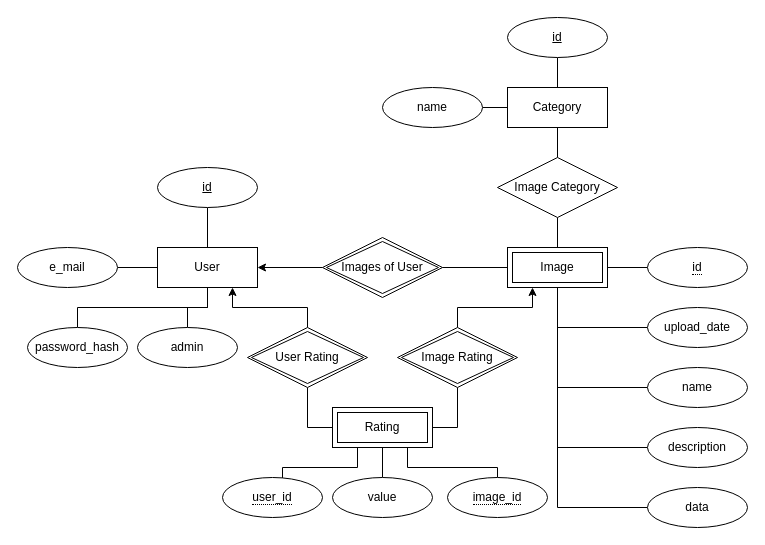
Above: assets/backend_er.drawio in BmePictureTeam/documents (draw.io), before the change. Source tidied: cells renumbered, new cells numbered last; positions are measured from the earlier drawing's top-left corner, leaving out a move shared by most shapes. Both pictures are drawn from the tidied source at 100%, with x=0, y=0 at pixel (17, 17).
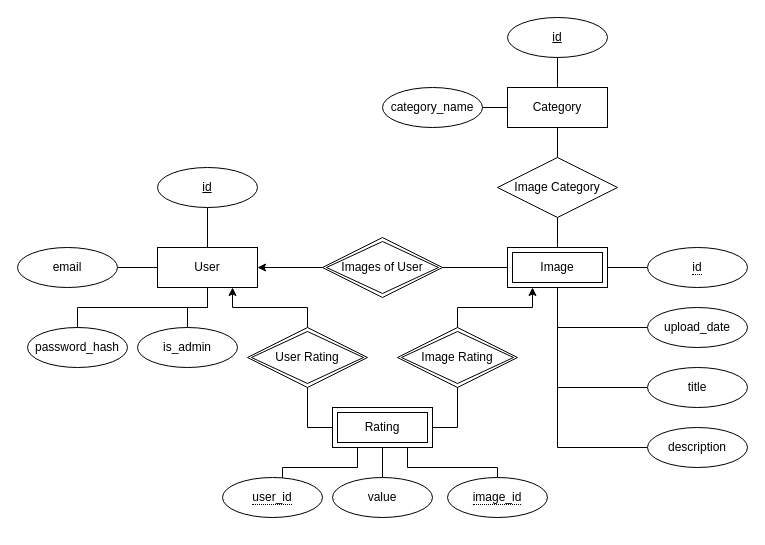
After the change.

The change refers to these unchanged cells:
```xml
<mxCell id="15" value="Image" style="shape=ext;margin=3;double=1;whiteSpace=wrap;html=1;align=center;" parent="1" vertex="1">
  <mxGeometry x="490" y="230" width="100" height="40" as="geometry" />
</mxCell>
```

What changed in the source:
```diff
@@
-    <mxCell id="6" value="&lt;div&gt;e_mail&lt;/div&gt;" style="ellipse;whiteSpace=wrap;html=1;align=center;" parent="1" vertex="1">
+    <mxCell id="6" value="&lt;div&gt;email&lt;/div&gt;" style="ellipse;whiteSpace=wrap;html=1;align=center;" parent="1" vertex="1">
       <mxGeometry y="230" width="100" height="40" as="geometry" />
     </mxCell>
@@
-    <mxCell id="24" value="name" style="ellipse;whiteSpace=wrap;html=1;align=center;" parent="1" vertex="1">
+    <mxCell id="24" value="category_name" style="ellipse;whiteSpace=wrap;html=1;align=center;" parent="1" vertex="1">
       <mxGeometry x="365" y="70" width="100" height="40" as="geometry" />
     </mxCell>
@@
-    <mxCell id="26" value="&lt;div&gt;admin&lt;/div&gt;" style="ellipse;whiteSpace=wrap;html=1;align=center;" parent="1" vertex="1">
+    <mxCell id="26" value="&lt;div&gt;is_admin&lt;/div&gt;" style="ellipse;whiteSpace=wrap;html=1;align=center;" parent="1" vertex="1">
       <mxGeometry x="120" y="310" width="100" height="40" as="geometry" />
     </mxCell>
-    <mxCell id="27" value="name" style="ellipse;whiteSpace=wrap;html=1;align=center;" parent="1" vertex="1">
+    <mxCell id="27" value="title" style="ellipse;whiteSpace=wrap;html=1;align=center;" parent="1" vertex="1">
       <mxGeometry x="630" y="350" width="100" height="40" as="geometry" />
     </mxCell>
@@
-    <mxCell id="44" style="edgeStyle=orthogonalEdgeStyle;rounded=0;jettySize=auto;html=1;exitX=0;exitY=0.5;exitDx=0;exitDy=0;entryX=0.5;entryY=1;entryDx=0;entryDy=0;endArrow=none;endFill=0;" parent="1" edge="1" source="45" target="15">
-      <mxGeometry relative="1" as="geometry" />
-    </mxCell>
-    <mxCell id="45" value="data" style="ellipse;whiteSpace=wrap;html=1;align=center;" parent="1" vertex="1">
-      <mxGeometry x="630" y="470" width="100" height="40" as="geometry" />
-    </mxCell>
```
